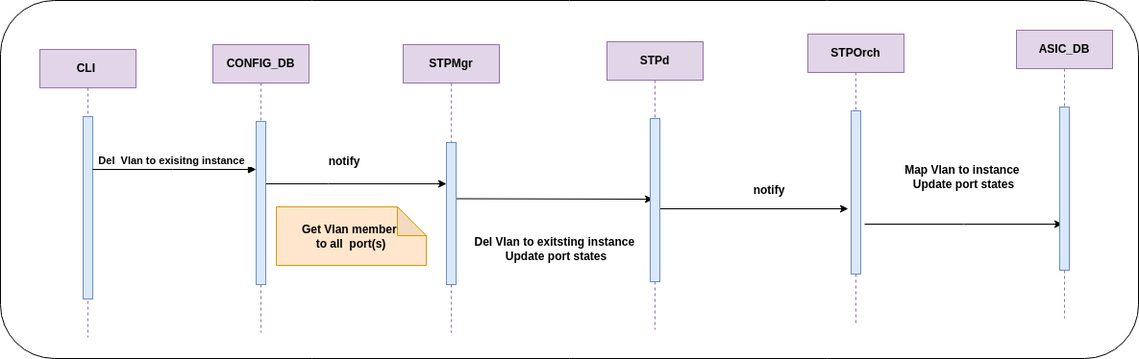
The draw.io diagram doc/MSTP/images/MSTP_Del_ExistingInstance.drawio.png in sonic-net/SONiC, before a commit. Source tidied: cells renumbered, new cells last; positions are measured from the earlier drawing's top-left corner, leaving out a move shared by most shapes.
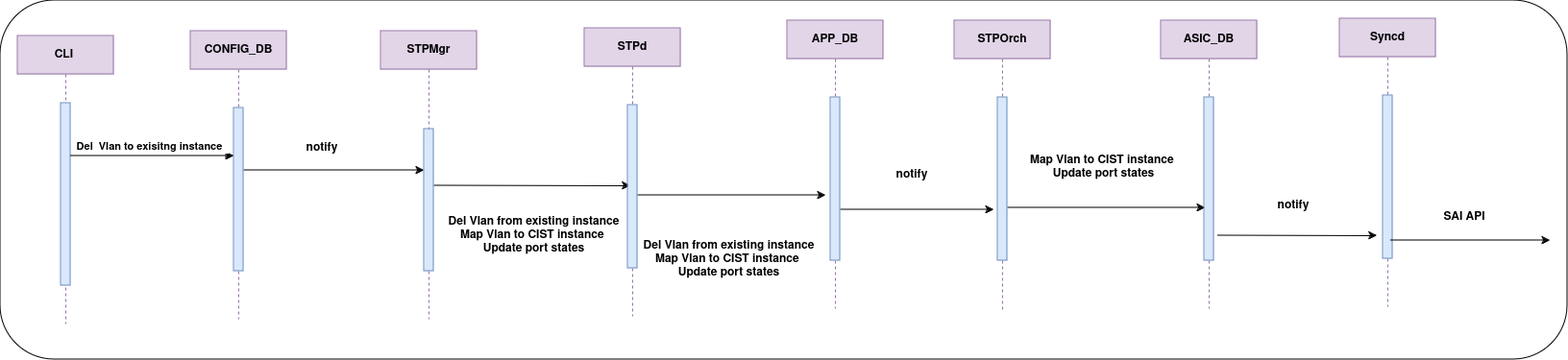
Later version of the same file.

What changed in the source:
```diff
@@ -3,7 +3,7 @@
     <mxCell id="0" />
     <mxCell id="1" parent="0" />
     <mxCell id="2" style="rounded=1;whiteSpace=wrap;html=1;" parent="1" vertex="1">
-      <mxGeometry width="1184" height="373" as="geometry" />
+      <mxGeometry x="23" y="14" width="1631" height="374" as="geometry" />
     </mxCell>
     <mxCell id="3" value="CLI&amp;nbsp;" style="shape=umlLifeline;perimeter=lifelinePerimeter;whiteSpace=wrap;html=1;newEdgeStyle={&quot;edgeStyle&quot;:&quot;elbowEdgeStyle&quot;,&quot;elbow&quot;:&quot;vertical&quot;,&quot;curved&quot;:0,&quot;rounded&quot;:0};fillColor=#e1d5e7;strokeColor=#9673a6;fontStyle=1;" parent="1" vertex="1">
       <mxGeometry x="41" y="51" width="100" height="300" as="geometry" />
@@ -59,18 +59,18 @@
     </mxCell>
     <mxCell id="15" style="edgeStyle=elbowEdgeStyle;rounded=0;orthogonalLoop=1;jettySize=auto;html=1;elbow=vertical;curved=0;fontStyle=1;" parent="1" edge="1">
       <mxGeometry relative="1" as="geometry">
-        <mxPoint x="899" y="233" as="sourcePoint" />
-        <mxPoint x="1105" y="233" as="targetPoint" />
+        <mxPoint x="1071" y="230" as="sourcePoint" />
+        <mxPoint x="1277" y="230" as="targetPoint" />
       </mxGeometry>
     </mxCell>
     <mxCell id="16" value="STPOrch" style="shape=umlLifeline;perimeter=lifelinePerimeter;whiteSpace=wrap;html=1;newEdgeStyle={&quot;edgeStyle&quot;:&quot;elbowEdgeStyle&quot;,&quot;elbow&quot;:&quot;vertical&quot;,&quot;curved&quot;:0,&quot;rounded&quot;:0};fillColor=#e1d5e7;strokeColor=#9673a6;fontStyle=1;" parent="1" vertex="1">
-      <mxGeometry x="840" y="35" width="100" height="302" as="geometry" />
+      <mxGeometry x="1016" y="35" width="100" height="302" as="geometry" />
     </mxCell>
     <mxCell id="17" style="html=1;perimeter=orthogonalPerimeter;targetShapes=umlLifeline;newEdgeStyle={&quot;edgeStyle&quot;:&quot;elbowEdgeStyle&quot;,&quot;elbow&quot;:&quot;vertical&quot;,&quot;curved&quot;:0,&quot;rounded&quot;:0};fillColor=#dae8fc;strokeColor=#6c8ebf;fontStyle=1;" parent="16" vertex="1">
       <mxGeometry x="45" y="80" width="10" height="170" as="geometry" />
     </mxCell>
     <mxCell id="18" value="ASIC_DB" style="shape=umlLifeline;perimeter=lifelinePerimeter;whiteSpace=wrap;html=1;newEdgeStyle={&quot;edgeStyle&quot;:&quot;elbowEdgeStyle&quot;,&quot;elbow&quot;:&quot;vertical&quot;,&quot;curved&quot;:0,&quot;rounded&quot;:0};fillColor=#e1d5e7;strokeColor=#9673a6;fontStyle=1;" parent="1" vertex="1">
-      <mxGeometry x="1057" y="31" width="100" height="300" as="geometry" />
+      <mxGeometry x="1231" y="35" width="100" height="300" as="geometry" />
     </mxCell>
     <mxCell id="19" style="html=1;perimeter=orthogonalPerimeter;targetShapes=umlLifeline;newEdgeStyle={&quot;edgeStyle&quot;:&quot;elbowEdgeStyle&quot;,&quot;elbow&quot;:&quot;vertical&quot;,&quot;curved&quot;:0,&quot;rounded&quot;:0};fillColor=#dae8fc;strokeColor=#6c8ebf;fontStyle=1;" parent="18" vertex="1">
       <mxGeometry x="45" y="80" width="10" height="170" as="geometry" />
@@ -79,16 +79,52 @@
       <mxGeometry x="328" y="153" width="60" height="30" as="geometry" />
     </mxCell>
     <mxCell id="21" value="notify" style="text;html=1;align=center;verticalAlign=middle;whiteSpace=wrap;rounded=0;fontStyle=1;" parent="1" vertex="1">
-      <mxGeometry x="770" y="183" width="60" height="30" as="geometry" />
+      <mxGeometry x="942" y="181" width="60" height="30" as="geometry" />
     </mxCell>
-    <mxCell id="22" value="Get Vlan member&amp;nbsp;&lt;div&gt;to&amp;nbsp;&lt;span style=&quot;background-color: initial;&quot;&gt;all&amp;nbsp;&amp;nbsp;&lt;/span&gt;&lt;span style=&quot;background-color: initial;&quot;&gt;port(s)&lt;/span&gt;&lt;/div&gt;" style="shape=note;whiteSpace=wrap;html=1;backgroundOutline=1;darkOpacity=0.05;fillColor=#ffe6cc;strokeColor=#d79b00;fontStyle=1;" parent="1" vertex="1">
-      <mxGeometry x="287" y="215" width="156" height="61" as="geometry" />
-    </mxCell>
-    <mxCell id="23" value="&lt;div&gt;Del Vlan to exitsting instance&amp;nbsp;&lt;/div&gt;&lt;div&gt;Update port states&lt;/div&gt;" style="text;html=1;align=center;verticalAlign=middle;whiteSpace=wrap;rounded=0;fontStyle=1;" parent="1" vertex="1">
+    <mxCell id="23" value="&lt;div&gt;Del Vlan from existing instance&lt;/div&gt;&lt;div&gt;&lt;div&gt;Map Vlan to CIST instance&amp;nbsp;&lt;/div&gt;&lt;div&gt;Update port states&lt;/div&gt;&lt;/div&gt;" style="text;html=1;align=center;verticalAlign=middle;whiteSpace=wrap;rounded=0;fontStyle=1;" parent="1" vertex="1">
       <mxGeometry x="486" y="222" width="185" height="74" as="geometry" />
     </mxCell>
-    <mxCell id="24" value="&lt;div&gt;Map Vlan to instance&amp;nbsp;&lt;/div&gt;&lt;div&gt;Update port states&lt;/div&gt;" style="text;html=1;align=center;verticalAlign=middle;whiteSpace=wrap;rounded=0;fontStyle=1;" parent="1" vertex="1">
-      <mxGeometry x="910" y="147" width="185" height="74" as="geometry" />
+    <mxCell id="24" value="&lt;div&gt;Map Vlan to CIST instance&amp;nbsp;&lt;/div&gt;&lt;div&gt;Update port states&lt;/div&gt;" style="text;html=1;align=center;verticalAlign=middle;whiteSpace=wrap;rounded=0;fontStyle=1;" parent="1" vertex="1">
+      <mxGeometry x="1079" y="151" width="185" height="74" as="geometry" />
     </mxCell>
+    <mxCell id="25" style="edgeStyle=elbowEdgeStyle;rounded=0;orthogonalLoop=1;jettySize=auto;html=1;elbow=vertical;curved=0;fontStyle=1;" parent="1" edge="1">
+      <mxGeometry relative="1" as="geometry">
+        <mxPoint x="891" y="232" as="sourcePoint" />
+        <mxPoint x="1057" y="232" as="targetPoint" />
+      </mxGeometry>
+    </mxCell>
+    <mxCell id="26" value="APP_DB" style="shape=umlLifeline;perimeter=lifelinePerimeter;whiteSpace=wrap;html=1;newEdgeStyle={&quot;edgeStyle&quot;:&quot;elbowEdgeStyle&quot;,&quot;elbow&quot;:&quot;vertical&quot;,&quot;curved&quot;:0,&quot;rounded&quot;:0};fillColor=#e1d5e7;strokeColor=#9673a6;fontStyle=1;" parent="1" vertex="1">
+      <mxGeometry x="842" y="35" width="100" height="300" as="geometry" />
+    </mxCell>
+    <mxCell id="27" style="html=1;perimeter=orthogonalPerimeter;targetShapes=umlLifeline;newEdgeStyle={&quot;edgeStyle&quot;:&quot;elbowEdgeStyle&quot;,&quot;elbow&quot;:&quot;vertical&quot;,&quot;curved&quot;:0,&quot;rounded&quot;:0};fillColor=#dae8fc;strokeColor=#6c8ebf;fontStyle=1;" parent="26" vertex="1">
+      <mxGeometry x="45" y="80" width="10" height="170" as="geometry" />
+    </mxCell>
+    <mxCell id="28" value="Syncd" style="shape=umlLifeline;perimeter=lifelinePerimeter;whiteSpace=wrap;html=1;newEdgeStyle={&quot;edgeStyle&quot;:&quot;elbowEdgeStyle&quot;,&quot;elbow&quot;:&quot;vertical&quot;,&quot;curved&quot;:0,&quot;rounded&quot;:0};fillColor=#e1d5e7;strokeColor=#9673a6;fontStyle=1;" parent="1" vertex="1">
+      <mxGeometry x="1417" y="33" width="100" height="300" as="geometry" />
+    </mxCell>
+    <mxCell id="29" style="html=1;perimeter=orthogonalPerimeter;targetShapes=umlLifeline;newEdgeStyle={&quot;edgeStyle&quot;:&quot;elbowEdgeStyle&quot;,&quot;elbow&quot;:&quot;vertical&quot;,&quot;curved&quot;:0,&quot;rounded&quot;:0};fillColor=#dae8fc;strokeColor=#6c8ebf;fontStyle=1;" parent="28" vertex="1">
+      <mxGeometry x="45" y="80" width="10" height="170" as="geometry" />
+    </mxCell>
+    <mxCell id="30" style="edgeStyle=elbowEdgeStyle;rounded=0;orthogonalLoop=1;jettySize=auto;html=1;elbow=vertical;curved=0;fontStyle=1;" parent="1" edge="1">
+      <mxGeometry relative="1" as="geometry">
+        <mxPoint x="1290" y="258.5" as="sourcePoint" />
+        <mxPoint x="1456" y="258.5" as="targetPoint" />
+      </mxGeometry>
+    </mxCell>
+    <mxCell id="31" value="notify" style="text;html=1;align=center;verticalAlign=middle;whiteSpace=wrap;rounded=0;fontStyle=1;" parent="1" vertex="1">
+      <mxGeometry x="1339" y="213" width="60" height="30" as="geometry" />
+    </mxCell>
+    <mxCell id="32" style="edgeStyle=elbowEdgeStyle;rounded=0;orthogonalLoop=1;jettySize=auto;html=1;elbow=vertical;curved=0;fontStyle=1;" parent="1" edge="1">
+      <mxGeometry relative="1" as="geometry">
+        <mxPoint x="1470" y="264" as="sourcePoint" />
+        <mxPoint x="1636" y="264" as="targetPoint" />
+      </mxGeometry>
+    </mxCell>
+    <mxCell id="33" value="SAI API" style="text;html=1;align=center;verticalAlign=middle;whiteSpace=wrap;rounded=0;fontStyle=1;" parent="1" vertex="1">
+      <mxGeometry x="1517" y="225" width="60" height="30" as="geometry" />
+    </mxCell>
+    <mxCell id="34" value="&lt;div&gt;Del Vlan from existing instance&lt;/div&gt;&lt;div&gt;&lt;div&gt;Map Vlan to CIST instance&amp;nbsp;&lt;/div&gt;&lt;div&gt;Update port states&lt;/div&gt;&lt;/div&gt;" style="text;html=1;align=center;verticalAlign=middle;whiteSpace=wrap;rounded=0;fontStyle=1;" parent="1" vertex="1">
+      <mxGeometry x="689" y="247" width="185" height="74" as="geometry" />
+    </mxCell>
   </root>
 </mxGraphModel>
```
